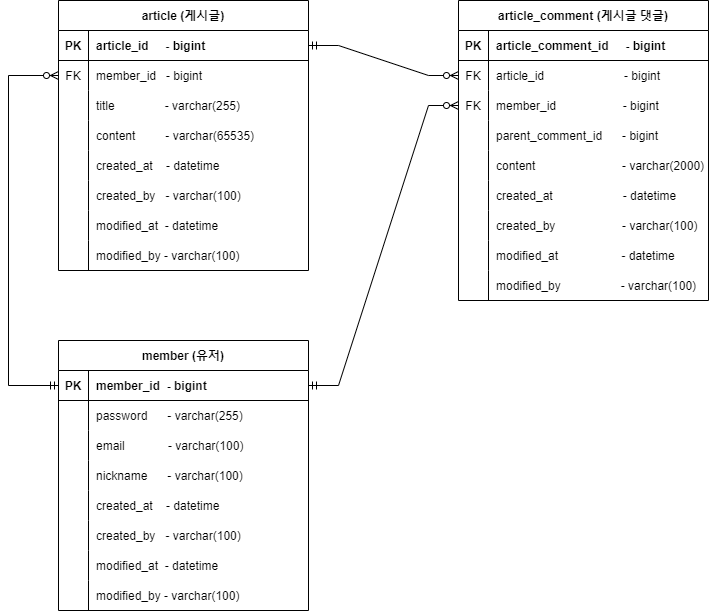
Earlier version of the draw.io export document/gpt-board-erd.png (HanKwanJin/GPTBoard). Source tidied: cells renumbered, new cells last; positions are measured from the earlier drawing's top-left corner, leaving out a move shared by most shapes.
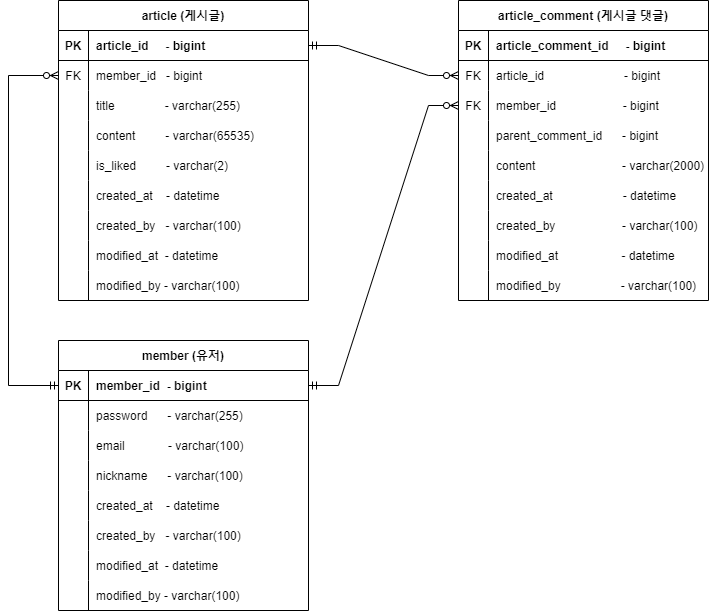
The same diagram one commit later.

Commit message:
게시글 좋아요 추가

Change to the diagram source:
```diff
@@ -78,7 +78,7 @@
       <mxGeometry x="30" width="220" height="30" as="geometry" />
     </mxCell>
     <mxCell id="27" value="article (게시글)" style="shape=table;startSize=30;rowLines=0;fontStyle=1;align=center;strokeColor=default;" parent="1" vertex="1">
-      <mxGeometry x="50" width="250" height="270" as="geometry" />
+      <mxGeometry x="50" width="250" height="300" as="geometry" />
     </mxCell>
     <mxCell id="28" style="shape=partialRectangle;fillColor=none;points=[[0,0.5],[1,0.5]];portConstraint=eastwest;top=0;left=0;right=0;bottom=1;" parent="27" vertex="1">
       <mxGeometry y="30" width="250" height="30" as="geometry" />
@@ -107,17 +107,26 @@
     <mxCell id="36" value="title               - varchar(255)" style="shape=partialRectangle;overflow=hidden;fillColor=none;top=0;left=0;bottom=0;right=0;align=left;spacingLeft=6;" parent="34" vertex="1">
       <mxGeometry x="30" width="220" height="30" as="geometry" />
     </mxCell>
+    <mxCell id="83" style="shape=partialRectangle;fillColor=none;top=0;left=0;right=0;bottom=0;" parent="27" vertex="1">
+      <mxGeometry y="120" width="250" height="30" as="geometry" />
+    </mxCell>
+    <mxCell id="84" style="shape=partialRectangle;overflow=hidden;fillColor=none;top=0;left=0;bottom=0;right=0;" parent="83" vertex="1">
+      <mxGeometry width="30" height="30" as="geometry" />
+    </mxCell>
+    <mxCell id="85" value="content         - varchar(65535)" style="shape=partialRectangle;overflow=hidden;fillColor=none;top=0;left=0;bottom=0;right=0;align=left;spacingLeft=6;" parent="83" vertex="1">
+      <mxGeometry x="30" width="220" height="30" as="geometry" />
+    </mxCell>
     <mxCell id="37" style="shape=partialRectangle;fillColor=none;top=0;left=0;right=0;bottom=0;" parent="27" vertex="1">
-      <mxGeometry y="120" width="250" height="30" as="geometry" />
+      <mxGeometry y="150" width="250" height="30" as="geometry" />
     </mxCell>
     <mxCell id="38" style="shape=partialRectangle;overflow=hidden;fillColor=none;top=0;left=0;bottom=0;right=0;" parent="37" vertex="1">
       <mxGeometry width="30" height="30" as="geometry" />
     </mxCell>
-    <mxCell id="39" value="content         - varchar(65535)" style="shape=partialRectangle;overflow=hidden;fillColor=none;top=0;left=0;bottom=0;right=0;align=left;spacingLeft=6;" parent="37" vertex="1">
+    <mxCell id="39" value="is_liked         - varchar(2)" style="shape=partialRectangle;overflow=hidden;fillColor=none;top=0;left=0;bottom=0;right=0;align=left;spacingLeft=6;" parent="37" vertex="1">
       <mxGeometry x="30" width="220" height="30" as="geometry" />
     </mxCell>
     <mxCell id="40" style="shape=partialRectangle;fillColor=none;top=0;left=0;right=0;bottom=0;" parent="27" vertex="1">
-      <mxGeometry y="150" width="250" height="30" as="geometry" />
+      <mxGeometry y="180" width="250" height="30" as="geometry" />
     </mxCell>
     <mxCell id="41" style="shape=partialRectangle;overflow=hidden;fillColor=none;top=0;left=0;bottom=0;right=0;" parent="40" vertex="1">
       <mxGeometry width="30" height="30" as="geometry" />
@@ -126,7 +135,7 @@
       <mxGeometry x="30" width="220" height="30" as="geometry" />
     </mxCell>
     <mxCell id="43" style="shape=partialRectangle;fillColor=none;top=0;left=0;right=0;bottom=0;" parent="27" vertex="1">
-      <mxGeometry y="180" width="250" height="30" as="geometry" />
+      <mxGeometry y="210" width="250" height="30" as="geometry" />
     </mxCell>
     <mxCell id="44" style="shape=partialRectangle;overflow=hidden;fillColor=none;top=0;left=0;bottom=0;right=0;" parent="43" vertex="1">
       <mxGeometry width="30" height="30" as="geometry" />
@@ -135,7 +144,7 @@
       <mxGeometry x="30" width="220" height="30" as="geometry" />
     </mxCell>
     <mxCell id="46" style="shape=partialRectangle;fillColor=none;top=0;left=0;right=0;bottom=0;" parent="27" vertex="1">
-      <mxGeometry y="210" width="250" height="30" as="geometry" />
+      <mxGeometry y="240" width="250" height="30" as="geometry" />
     </mxCell>
     <mxCell id="47" style="shape=partialRectangle;overflow=hidden;fillColor=none;top=0;left=0;bottom=0;right=0;" parent="46" vertex="1">
       <mxGeometry width="30" height="30" as="geometry" />
@@ -144,7 +153,7 @@
       <mxGeometry x="30" width="220" height="30" as="geometry" />
     </mxCell>
     <mxCell id="49" style="shape=partialRectangle;fillColor=none;top=0;left=0;right=0;bottom=0;" parent="27" vertex="1">
-      <mxGeometry y="240" width="250" height="30" as="geometry" />
+      <mxGeometry y="270" width="250" height="30" as="geometry" />
     </mxCell>
     <mxCell id="50" style="shape=partialRectangle;overflow=hidden;fillColor=none;top=0;left=0;bottom=0;right=0;" parent="49" vertex="1">
       <mxGeometry width="30" height="30" as="geometry" />
```
